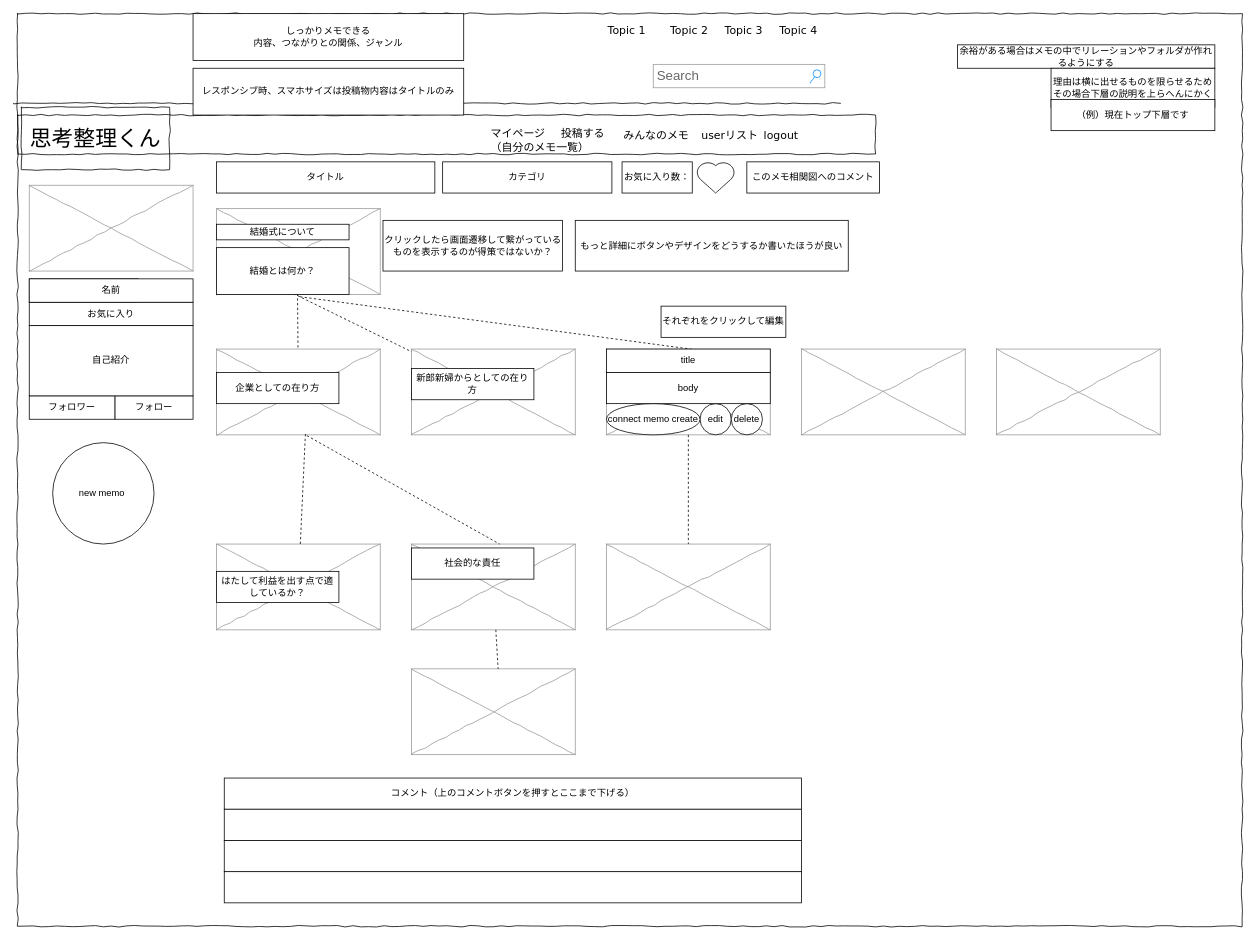
This is page "main 投稿リレーション" (4 of 8) of Untitled Diagram.drawio from kyon-kyon/port2, a draw.io file, before an edit. Source tidied: cells renumbered, new cells numbered last; positions are measured from the earlier drawing's top-left corner, leaving out a move shared by most shapes. Both pictures are drawn from the tidied source at 78%, with x=0, y=0 at pixel (13, 13).
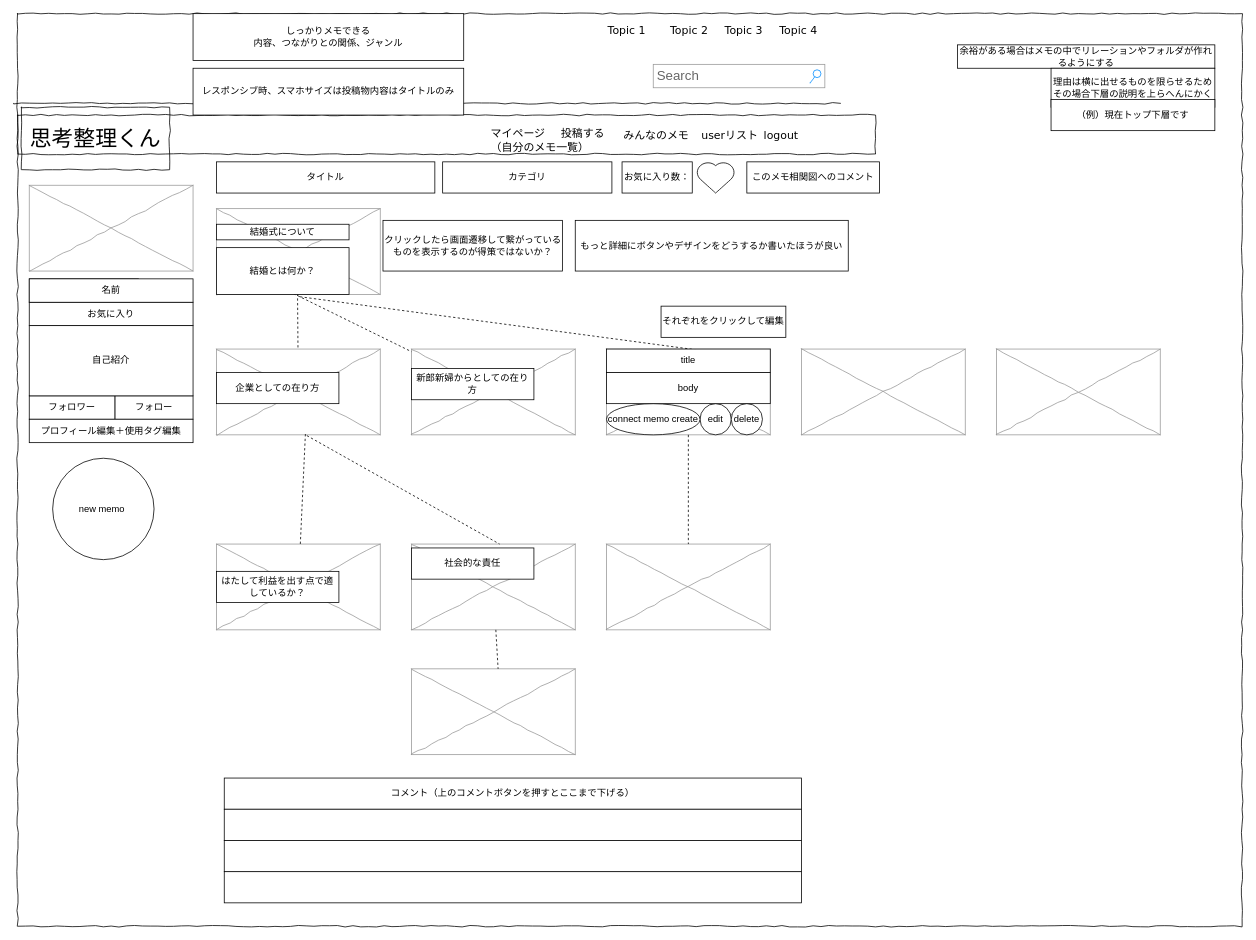
After the change.

The edit, as a diff of the source:
```diff
@@
     <mxCell id="54" value="new memo&amp;nbsp;" style="ellipse;whiteSpace=wrap;html=1;" parent="1" vertex="1">
-      <mxGeometry x="50" y="550" width="130" height="130" as="geometry" />
+      <mxGeometry x="50" y="570" width="130" height="130" as="geometry" />
     </mxCell>
@@
+    <mxCell id="69" value="プロフィール編集＋使用タグ編集" style="rounded=0;whiteSpace=wrap;html=1;" parent="1" vertex="1">
+      <mxGeometry x="20" y="520" width="210" height="30" as="geometry" />
+    </mxCell>
```
